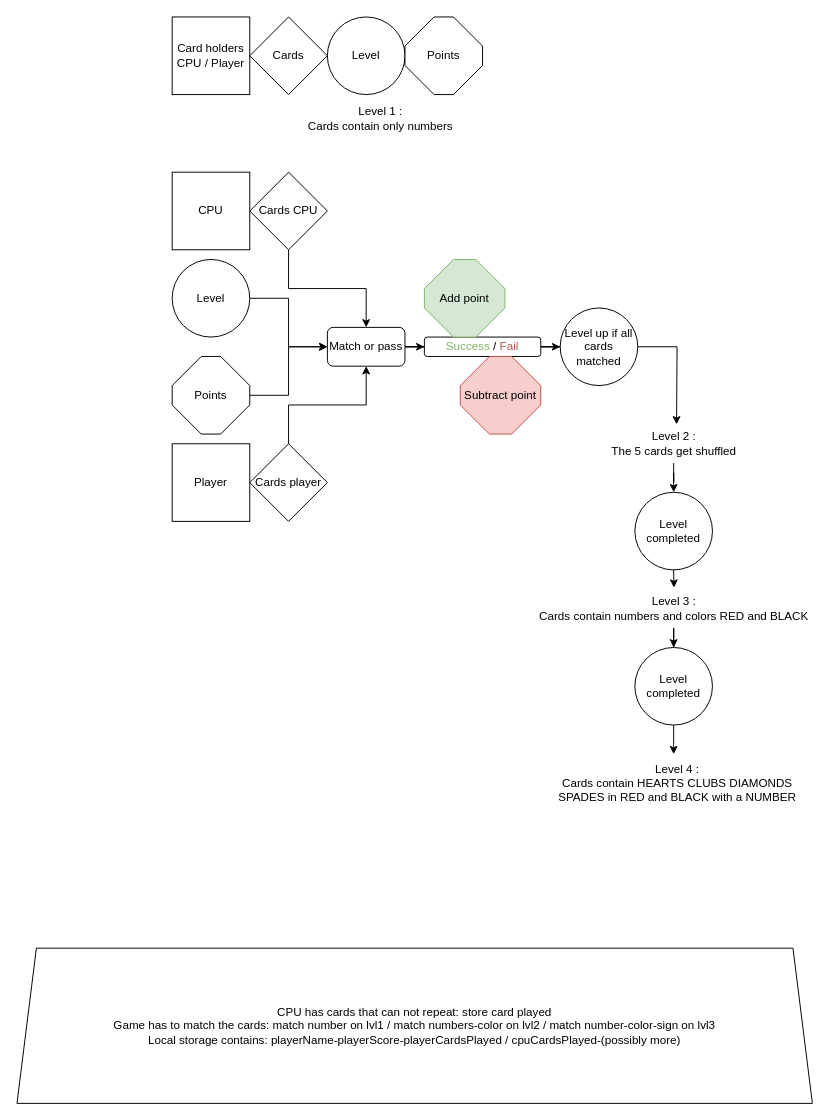
Earlier version of the draw.io diagram cardmatch.drawio (HazemMaddouri/cardmatch). Source tidied: cells renumbered, new cells numbered last; positions are measured from the earlier drawing's top-left corner, leaving out a move shared by most shapes. Both pictures are drawn from the tidied source at 97%, with x=0, y=0 at pixel (16, 16).
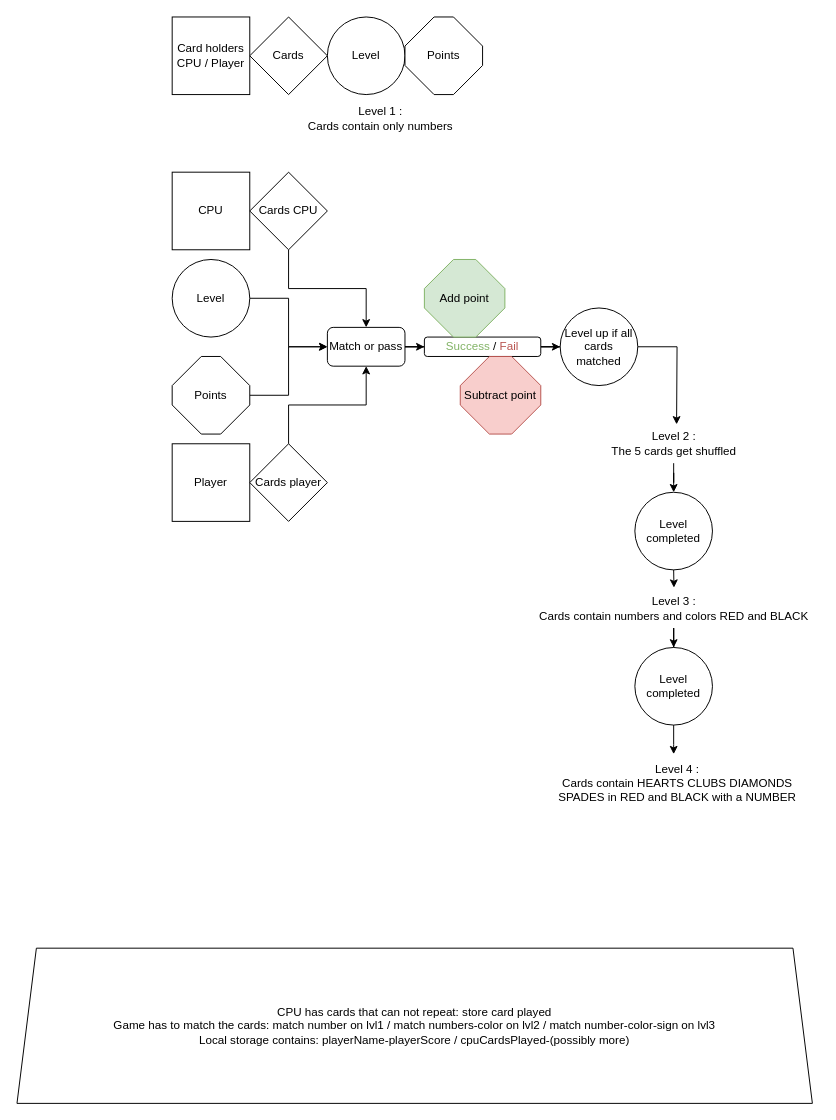
After the change.

Commit message (it also covers changes not shown here):
Mettre à jour cardmatch.drawio

Diff of the diagram source:
```diff
@@
-    <mxCell id="30" value="CPU has cards that can not repeat: store card played&lt;br&gt;Game has to match the cards: match number on lvl1 / match numbers-color on lvl2 / match number-color-sign on lvl3&lt;br&gt;Local storage contains: playerName-playerScore-playerCardsPlayed / cpuCardsPlayed-(possibly more)&lt;br&gt;" style="shape=trapezoid;perimeter=trapezoidPerimeter;whiteSpace=wrap;html=1;fixedSize=1;" parent="1" vertex="1">
+    <mxCell id="30" value="CPU has cards that can not repeat: store card played&lt;br&gt;Game has to match the cards: match number on lvl1 / match numbers-color on lvl2 / match number-color-sign on lvl3&lt;br&gt;Local storage contains: playerName-playerScore / cpuCardsPlayed-(possibly more)" style="shape=trapezoid;perimeter=trapezoidPerimeter;whiteSpace=wrap;html=1;fixedSize=1;" parent="1" vertex="1">
       <mxGeometry y="960" width="820" height="160" as="geometry" />
     </mxCell>
```
